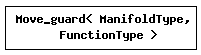
Earlier version of the Graphviz export inherit_graph_9.png (acgetchell/CDT-plusplus). Its source is kept beside it as inherit_graph_9.dot.
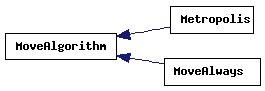
The same file after the commit.

What changed in the source:
```diff
@@ -3,5 +3,9 @@
   edge [fontname="Helvetica",fontsize="10",labelfontname="Helvetica",labelfontsize="10"];
   node [fontname="Helvetica",fontsize="10",shape=record];
   rankdir="LR";
-  Node0 [label="Move_guard\< ManifoldType,\l FunctionType \>",height=0.2,width=0.4,color="black", fillcolor="white", style="filled",URL="$class_move__guard.html",tooltip=" "];
+  Node0 [label="MoveAlgorithm",height=0.2,width=0.4,color="black", fillcolor="white", style="filled",URL="$class_move_algorithm.html",tooltip="Base class for move algorithms."];
+  Node0 -> Node1 [dir="back",color="midnightblue",fontsize="10",style="solid",fontname="Helvetica"];
+  Node1 [label="Metropolis",height=0.2,width=0.4,color="black", fillcolor="white", style="filled",URL="$class_metropolis.html",tooltip="Metropolis-Hastings algorithm function object."];
+  Node0 -> Node2 [dir="back",color="midnightblue",fontsize="10",style="solid",fontname="Helvetica"];
+  Node2 [label="MoveAlways",height=0.2,width=0.4,color="black", fillcolor="white", style="filled",URL="$class_move_always.html",tooltip=" "];
 }
```
